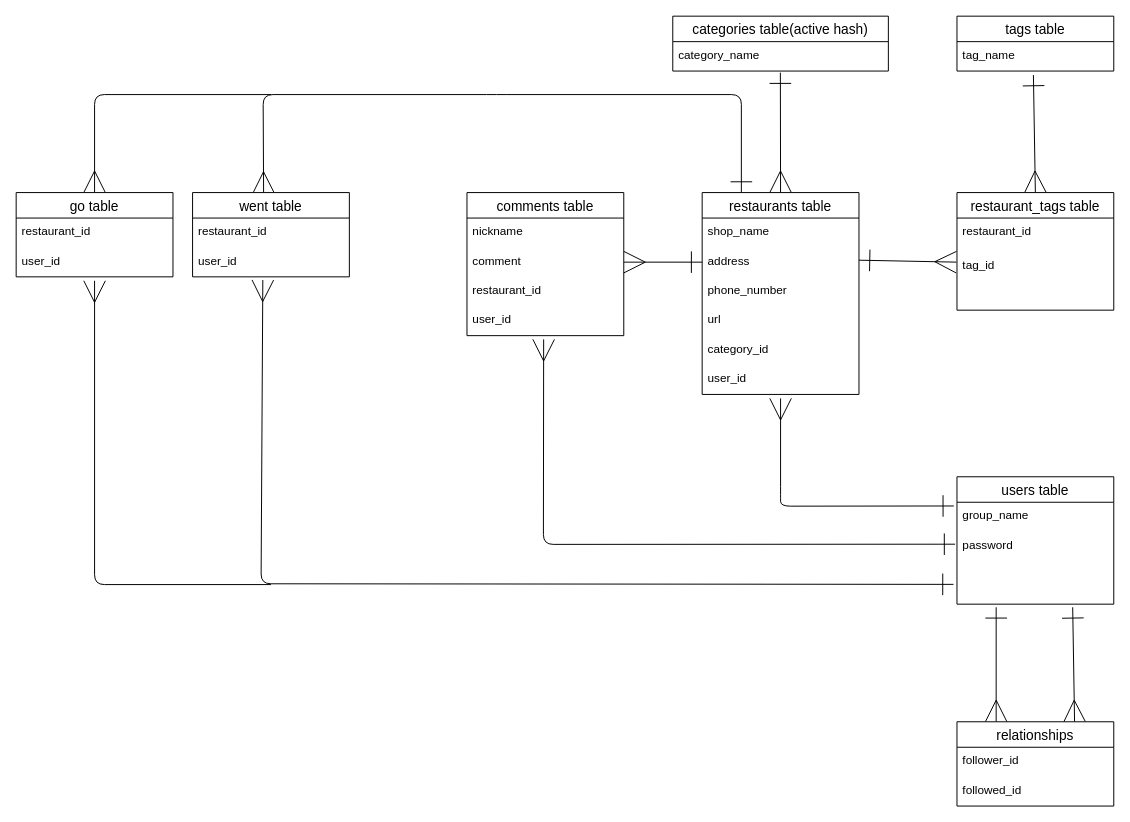
Above: original-app.dio in rinooooo/original-app-38253 (draw.io), before the change. Source tidied: cells renumbered, new cells numbered last; positions are measured from the earlier drawing's top-left corner, leaving out a move shared by most shapes. Both pictures are drawn from the tidied source at 98%, with x=0, y=0 at pixel (16, 16).
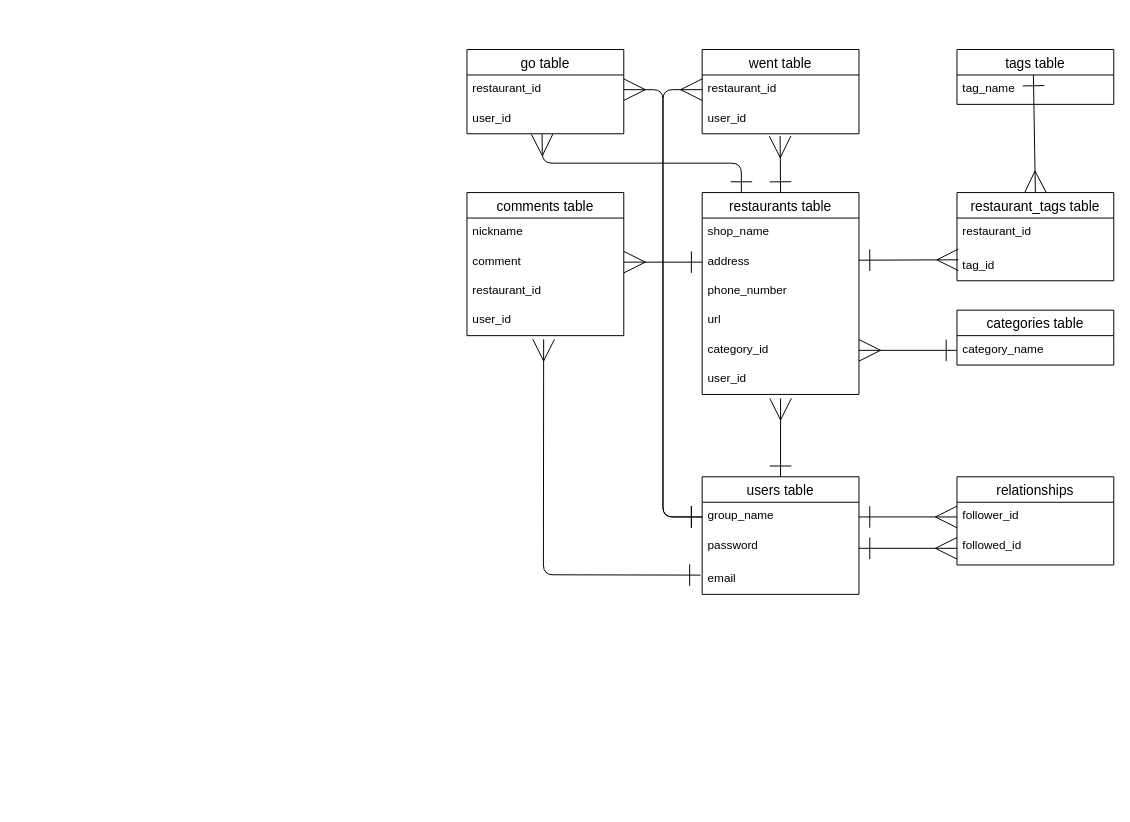
The same diagram, later.

The change refers to these unchanged cells:
```xml
<mxCell id="4" value="restaurants table" style="swimlane;fontStyle=0;horizontal=1;startSize=26;align=center;fontSize=14;" parent="1" vertex="1">
  <mxGeometry x="700" y="180" width="160" height="206" as="geometry" />
</mxCell>
<mxCell id="9" value="category_id" style="text;strokeColor=none;fillColor=none;spacingLeft=4;spacingRight=4;overflow=hidden;points=[[0,0.5],[1,0.5]];portConstraint=eastwest;fontSize=12;" parent="4" vertex="1">
  <mxGeometry y="146" width="160" height="30" as="geometry" />
</mxCell>
<mxCell id="15" value="user_id" style="text;strokeColor=none;fillColor=none;spacingLeft=4;spacingRight=4;overflow=hidden;points=[[0,0.5],[1,0.5]];portConstraint=eastwest;fontSize=12;" parent="11" vertex="1">
  <mxGeometry y="116" width="160" height="30" as="geometry" />
</mxCell>
<mxCell id="21" value="group_name" style="text;strokeColor=none;fillColor=none;spacingLeft=4;spacingRight=4;overflow=hidden;points=[[0,0.5],[1,0.5]];portConstraint=eastwest;fontSize=12;" parent="20" vertex="1">
  <mxGeometry y="26" width="160" height="30" as="geometry" />
</mxCell>
<mxCell id="32" value="restaurant_id" style="text;strokeColor=none;fillColor=none;spacingLeft=4;spacingRight=4;overflow=hidden;points=[[0,0.5],[1,0.5]];portConstraint=eastwest;fontSize=12;" parent="31" vertex="1">
  <mxGeometry y="26" width="160" height="30" as="geometry" />
</mxCell>
<mxCell id="33" value="user_id" style="text;strokeColor=none;fillColor=none;spacingLeft=4;spacingRight=4;overflow=hidden;points=[[0,0.5],[1,0.5]];portConstraint=eastwest;fontSize=12;" parent="31" vertex="1">
  <mxGeometry y="56" width="160" height="30" as="geometry" />
</mxCell>
<mxCell id="37" value="restaurant_id" style="text;strokeColor=none;fillColor=none;spacingLeft=4;spacingRight=4;overflow=hidden;points=[[0,0.5],[1,0.5]];portConstraint=eastwest;fontSize=12;" parent="36" vertex="1">
  <mxGeometry y="26" width="160" height="30" as="geometry" />
</mxCell>
<mxCell id="38" value="user_id" style="text;strokeColor=none;fillColor=none;spacingLeft=4;spacingRight=4;overflow=hidden;points=[[0,0.5],[1,0.5]];portConstraint=eastwest;fontSize=12;" parent="36" vertex="1">
  <mxGeometry y="56" width="160" height="30" as="geometry" />
</mxCell>
<mxCell id="43" value="follower_id" style="text;strokeColor=none;fillColor=none;spacingLeft=4;spacingRight=4;overflow=hidden;points=[[0,0.5],[1,0.5]];portConstraint=eastwest;fontSize=12;" parent="42" vertex="1">
  <mxGeometry y="26" width="160" height="30" as="geometry" />
</mxCell>
```

The edit, as a diff of the source:
```diff
@@
-    <mxCell id="2" style="edgeStyle=none;html=1;exitX=0.5;exitY=0;exitDx=0;exitDy=0;startArrow=ERmany;startFill=0;endArrow=ERone;endFill=0;startSize=20;endSize=20;entryX=0.499;entryY=1.053;entryDx=0;entryDy=0;entryPerimeter=0;" parent="1" edge="1" source="4">
-      <mxGeometry relative="1" as="geometry">
-        <mxPoint x="779.8" y="57.6" as="targetPoint" />
-      </mxGeometry>
-    </mxCell>
-    <mxCell id="3" style="edgeStyle=none;html=1;exitX=0.25;exitY=0;exitDx=0;exitDy=0;entryX=0.453;entryY=0.009;entryDx=0;entryDy=0;entryPerimeter=0;endArrow=ERmany;endFill=0;endSize=20;startArrow=ERone;startFill=0;startSize=20;" parent="1" edge="1" source="4" target="31">
-      <mxGeometry relative="1" as="geometry">
-        <Array as="points">
-          <mxPoint x="740" y="80" />
-          <mxPoint x="490" y="80" />
-          <mxPoint x="252" y="80" />
-        </Array>
-      </mxGeometry>
-    </mxCell>
+    <mxCell id="45" style="edgeStyle=none;html=1;exitX=0.5;exitY=0;exitDx=0;exitDy=0;entryX=0.497;entryY=1.08;entryDx=0;entryDy=0;entryPerimeter=0;startArrow=ERone;startFill=0;endArrow=ERmany;endFill=0;startSize=20;endSize=20;" parent="1" edge="1" source="4" target="33">
+      <mxGeometry relative="1" as="geometry" />
+    </mxCell>
+    <mxCell id="46" style="edgeStyle=none;html=1;exitX=0.25;exitY=0;exitDx=0;exitDy=0;entryX=0.479;entryY=1.013;entryDx=0;entryDy=0;entryPerimeter=0;startArrow=ERone;startFill=0;endArrow=ERmany;endFill=0;startSize=20;endSize=20;" parent="1" edge="1" source="4" target="38">
+      <mxGeometry relative="1" as="geometry">
+        <Array as="points">
+          <mxPoint x="740" y="150" />
+          <mxPoint x="537" y="150" />
+        </Array>
+      </mxGeometry>
+    </mxCell>
@@
     <mxCell id="16" value="tags table" style="swimlane;fontStyle=0;horizontal=1;startSize=26;align=center;fontSize=14;" parent="1" vertex="1">
-      <mxGeometry x="960" width="160" height="56" as="geometry" />
+      <mxGeometry x="960" y="34" width="160" height="56" as="geometry" />
     </mxCell>
@@
-    <mxCell id="18" value="categories table(active hash)" style="swimlane;fontStyle=0;horizontal=1;startSize=26;align=center;fontSize=14;" parent="1" vertex="1">
-      <mxGeometry x="670" width="220" height="56" as="geometry" />
+    <mxCell id="18" value="categories table" style="swimlane;fontStyle=0;horizontal=1;startSize=26;align=center;fontSize=14;" parent="1" vertex="1">
+      <mxGeometry x="960" y="300" width="160" height="56" as="geometry" />
     </mxCell>
     <mxCell id="19" value="category_name" style="text;strokeColor=none;fillColor=none;spacingLeft=4;spacingRight=4;overflow=hidden;points=[[0,0.5],[1,0.5]];portConstraint=eastwest;fontSize=12;" parent="18" vertex="1">
-      <mxGeometry y="26" width="220" height="30" as="geometry" />
+      <mxGeometry y="26" width="160" height="30" as="geometry" />
     </mxCell>
     <mxCell id="20" value="users table" style="swimlane;fontStyle=0;horizontal=1;startSize=26;align=center;fontSize=14;" parent="1" vertex="1">
-      <mxGeometry x="960" y="470" width="160" height="130" as="geometry" />
+      <mxGeometry x="700" y="470" width="160" height="120" as="geometry" />
     </mxCell>
@@
     <mxCell id="22" value="password" style="text;strokeColor=none;fillColor=none;spacingLeft=4;spacingRight=4;overflow=hidden;points=[[0,0.5],[1,0.5]];portConstraint=eastwest;fontSize=12;" parent="20" vertex="1">
-      <mxGeometry y="56" width="160" height="74" as="geometry" />
+      <mxGeometry y="56" width="160" height="34" as="geometry" />
     </mxCell>
+    <mxCell id="47" value="email" style="text;strokeColor=none;fillColor=none;spacingLeft=4;spacingRight=4;overflow=hidden;points=[[0,0.5],[1,0.5]];portConstraint=eastwest;fontSize=12;" parent="20" vertex="1">
+      <mxGeometry y="90" width="160" height="30" as="geometry" />
+    </mxCell>
@@
-    <mxCell id="24" style="edgeStyle=none;html=1;startArrow=ERone;startFill=0;endArrow=ERmany;endFill=0;startSize=20;endSize=20;entryX=0.489;entryY=1.127;entryDx=0;entryDy=0;entryPerimeter=0;exitX=-0.012;exitY=0.173;exitDx=0;exitDy=0;exitPerimeter=0;" parent="1" edge="1" source="22" target="15">
+    <mxCell id="24" style="edgeStyle=none;html=1;startArrow=ERone;startFill=0;endArrow=ERmany;endFill=0;startSize=20;endSize=20;entryX=0.489;entryY=1.127;entryDx=0;entryDy=0;entryPerimeter=0;exitX=-0.011;exitY=0.345;exitDx=0;exitDy=0;exitPerimeter=0;" parent="1" edge="1" source="47" target="15">
       <mxGeometry relative="1" as="geometry">
         <Array as="points">
-          <mxPoint x="538" y="539" />
+          <mxPoint x="538" y="570" />
         </Array>
       </mxGeometry>
     </mxCell>
-    <mxCell id="25" style="edgeStyle=none;html=1;exitX=-0.02;exitY=0.127;exitDx=0;exitDy=0;startArrow=ERone;startFill=0;endArrow=ERmany;endFill=0;startSize=20;endSize=20;exitPerimeter=0;sourcePerimeterSpacing=0;" parent="1" edge="1" source="21">
+    <mxCell id="25" style="edgeStyle=none;html=1;startArrow=ERone;startFill=0;endArrow=ERmany;endFill=0;startSize=20;endSize=20;sourcePerimeterSpacing=0;" parent="1" edge="1">
       <mxGeometry relative="1" as="geometry">
+        <mxPoint x="780" y="470" as="sourcePoint" />
         <mxPoint x="780" y="390" as="targetPoint" />
-        <Array as="points">
-          <mxPoint x="780" y="500" />
-          <mxPoint x="780" y="490" />
-        </Array>
       </mxGeometry>
     </mxCell>
@@
     <mxCell id="27" value="restaurant_tags table" style="swimlane;fontStyle=0;horizontal=1;startSize=26;align=center;fontSize=14;" parent="1" vertex="1">
-      <mxGeometry x="960" y="180" width="160" height="120" as="geometry" />
+      <mxGeometry x="960" y="180" width="160" height="90" as="geometry" />
     </mxCell>
@@
     <mxCell id="29" value="tag_id" style="text;strokeColor=none;fillColor=none;spacingLeft=4;spacingRight=4;overflow=hidden;points=[[0,0.5],[1,0.5]];portConstraint=eastwest;fontSize=12;" parent="27" vertex="1">
-      <mxGeometry y="60" width="160" height="60" as="geometry" />
+      <mxGeometry y="60" width="160" height="30" as="geometry" />
     </mxCell>
-    <mxCell id="30" style="edgeStyle=none;html=1;startArrow=ERone;startFill=0;endArrow=ERmany;endFill=0;startSize=20;endSize=20;sourcePerimeterSpacing=0;entryX=-0.004;entryY=0.183;entryDx=0;entryDy=0;entryPerimeter=0;" parent="1" edge="1" target="29">
+    <mxCell id="30" style="edgeStyle=none;html=1;startArrow=ERone;startFill=0;endArrow=ERmany;endFill=0;startSize=20;endSize=20;sourcePerimeterSpacing=0;entryX=0.009;entryY=0.287;entryDx=0;entryDy=0;entryPerimeter=0;" parent="1" edge="1" target="29">
       <mxGeometry relative="1" as="geometry">
         <mxPoint x="860" y="249" as="sourcePoint" />
       </mxGeometry>
     </mxCell>
     <mxCell id="31" value="went table" style="swimlane;fontStyle=0;horizontal=1;startSize=26;align=center;fontSize=14;" parent="1" vertex="1">
-      <mxGeometry x="180" y="180" width="160" height="86" as="geometry" />
+      <mxGeometry x="700" y="34" width="160" height="86" as="geometry" />
     </mxCell>
@@
-    <mxCell id="34" style="edgeStyle=none;html=1;startArrow=ERone;startFill=0;endArrow=ERmany;endFill=0;startSize=20;endSize=20;exitX=-0.022;exitY=0.727;exitDx=0;exitDy=0;exitPerimeter=0;entryX=0.448;entryY=1.107;entryDx=0;entryDy=0;entryPerimeter=0;" parent="1" edge="1" source="22" target="33">
-      <mxGeometry relative="1" as="geometry">
-        <Array as="points">
-          <mxPoint x="249.9" y="579.2" />
-        </Array>
-      </mxGeometry>
-    </mxCell>
-    <mxCell id="35" style="edgeStyle=none;html=1;exitX=0.5;exitY=0;exitDx=0;exitDy=0;endArrow=none;endFill=0;endSize=20;startSize=20;startArrow=ERmany;startFill=0;" parent="1" edge="1" source="36">
-      <mxGeometry relative="1" as="geometry">
-        <mxPoint x="260" y="80" as="targetPoint" />
-        <Array as="points">
-          <mxPoint x="80" y="80" />
-        </Array>
-      </mxGeometry>
-    </mxCell>
     <mxCell id="36" value="go table" style="swimlane;fontStyle=0;horizontal=1;startSize=26;align=center;fontSize=14;" parent="1" vertex="1">
-      <mxGeometry y="180" width="160" height="86" as="geometry" />
+      <mxGeometry x="460" y="34" width="160" height="86" as="geometry" />
     </mxCell>
@@
-    <mxCell id="39" style="edgeStyle=none;html=1;startArrow=none;startFill=0;endArrow=ERmany;endFill=0;startSize=20;endSize=20;" parent="1" edge="1">
-      <mxGeometry relative="1" as="geometry">
-        <mxPoint x="260" y="580" as="sourcePoint" />
-        <mxPoint x="80" y="270" as="targetPoint" />
-        <Array as="points">
-          <mxPoint x="80" y="580" />
-        </Array>
-      </mxGeometry>
-    </mxCell>
-    <mxCell id="40" style="edgeStyle=none;html=1;exitX=0.25;exitY=0;exitDx=0;exitDy=0;entryX=0.25;entryY=1.043;entryDx=0;entryDy=0;entryPerimeter=0;endArrow=ERone;endFill=0;startArrow=ERmany;startFill=0;endSize=20;startSize=20;" parent="1" edge="1" source="42" target="22">
+    <mxCell id="40" style="edgeStyle=none;html=1;exitX=0;exitY=0.5;exitDx=0;exitDy=0;entryX=1;entryY=0.5;entryDx=0;entryDy=0;endArrow=ERone;endFill=0;startArrow=ERmany;startFill=0;endSize=20;startSize=20;" parent="1" edge="1" source="43" target="21">
       <mxGeometry relative="1" as="geometry" />
     </mxCell>
-    <mxCell id="41" style="edgeStyle=none;html=1;exitX=0.75;exitY=0;exitDx=0;exitDy=0;entryX=0.738;entryY=1.043;entryDx=0;entryDy=0;entryPerimeter=0;startArrow=ERmany;startFill=0;endArrow=ERone;endFill=0;startSize=20;endSize=20;" parent="1" edge="1" source="42" target="22">
+    <mxCell id="41" style="edgeStyle=none;html=1;exitX=0;exitY=0.5;exitDx=0;exitDy=0;entryX=1;entryY=0.5;entryDx=0;entryDy=0;startArrow=ERmany;startFill=0;endArrow=ERone;endFill=0;startSize=20;endSize=20;" parent="1" edge="1" source="44" target="22">
       <mxGeometry relative="1" as="geometry" />
     </mxCell>
     <mxCell id="42" value="relationships" style="swimlane;fontStyle=0;horizontal=1;startSize=26;align=center;fontSize=14;" parent="1" vertex="1">
-      <mxGeometry x="960" y="720" width="160" height="86" as="geometry" />
+      <mxGeometry x="960" y="470" width="160" height="90" as="geometry" />
     </mxCell>
@@
     <mxCell id="44" value="followed_id" style="text;strokeColor=none;fillColor=none;spacingLeft=4;spacingRight=4;overflow=hidden;points=[[0,0.5],[1,0.5]];portConstraint=eastwest;fontSize=12;" parent="42" vertex="1">
-      <mxGeometry y="56" width="160" height="30" as="geometry" />
+      <mxGeometry y="56" width="160" height="34" as="geometry" />
     </mxCell>
+    <mxCell id="48" style="edgeStyle=none;html=1;exitX=0;exitY=0.5;exitDx=0;exitDy=0;entryX=1;entryY=0.5;entryDx=0;entryDy=0;endArrow=ERmany;endFill=0;startSize=20;endSize=20;startArrow=ERone;startFill=0;" parent="1" edge="1" source="19" target="9">
+      <mxGeometry relative="1" as="geometry" />
+    </mxCell>
+    <mxCell id="49" style="edgeStyle=none;html=1;exitX=1;exitY=0.5;exitDx=0;exitDy=0;startArrow=ERmany;startFill=0;endArrow=ERone;endFill=0;startSize=20;endSize=20;entryX=0;entryY=0.5;entryDx=0;entryDy=0;" parent="1" edge="1" source="37" target="21">
+      <mxGeometry relative="1" as="geometry">
+        <Array as="points">
+          <mxPoint x="660" y="75" />
+          <mxPoint x="660" y="511" />
+        </Array>
+      </mxGeometry>
+    </mxCell>
+    <mxCell id="50" style="edgeStyle=none;html=1;exitX=0;exitY=0.5;exitDx=0;exitDy=0;startArrow=ERmany;startFill=0;endArrow=ERone;endFill=0;startSize=20;endSize=20;entryX=0;entryY=0.5;entryDx=0;entryDy=0;" parent="1" edge="1" source="32" target="21">
+      <mxGeometry relative="1" as="geometry">
+        <Array as="points">
+          <mxPoint x="660" y="75" />
+          <mxPoint x="660" y="511" />
+        </Array>
+      </mxGeometry>
+    </mxCell>
```
